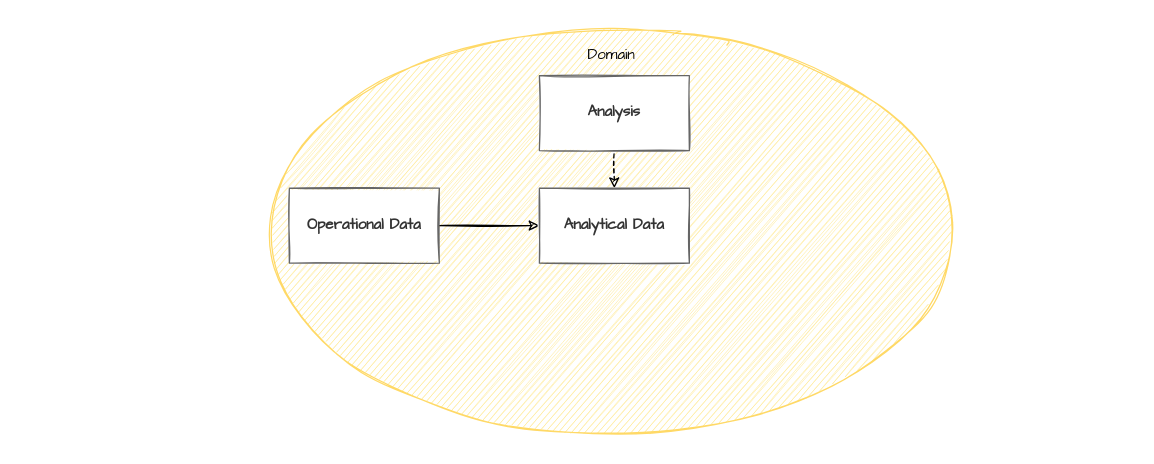
Above: diagrams/domainteamjourney_level2.drawio in datamesh-architecture/datamesh-architecture.com (draw.io), before the change. Source tidied: cells renumbered, new cells numbered last; positions are measured from the earlier drawing's top-left corner, leaving out a move shared by most shapes. Both pictures are drawn from the tidied source at 125%, with x=0, y=0 at pixel (21, 21). Pictures stored in the file or linked from it are replaced by grey dashed boxes.
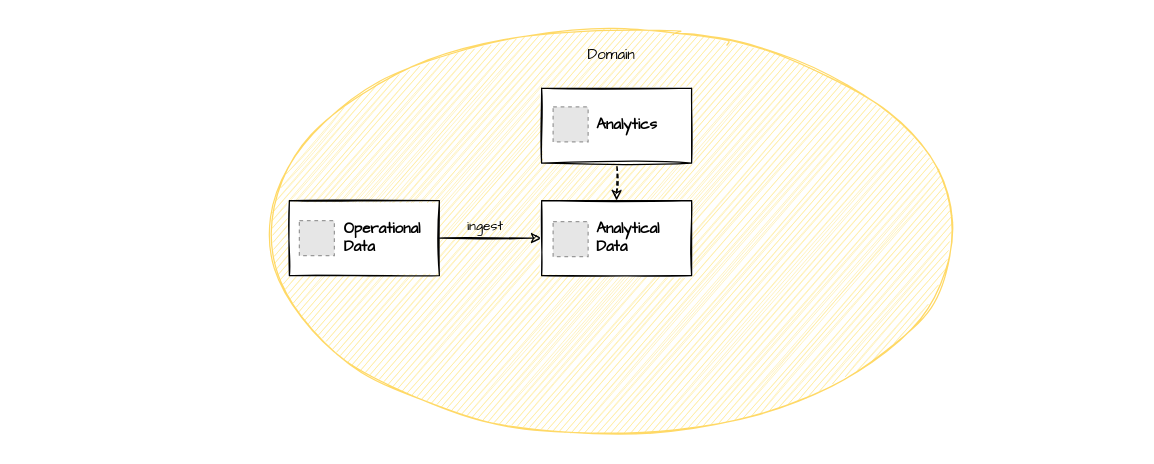
Above is the later version.

Diff of the diagram source:
```diff
@@
 <mxGraphModel>
   <root>
     <mxCell id="0" />
     <mxCell id="1" parent="0" />
     <mxCell id="2" style="rounded=0;whiteSpace=wrap;html=1;fillColor=none;strokeColor=none;sketch=1;fontFamily=Architects Daughter;" parent="1" vertex="1">
       <mxGeometry width="889" height="337" as="geometry" />
     </mxCell>
     <mxCell id="3" value="Domain" style="ellipse;whiteSpace=wrap;html=1;verticalAlign=top;sketch=1;fontFamily=Architects Daughter;strokeColor=#FFD966;fillColor=#FFEB99;" parent="1" vertex="1">
       <mxGeometry x="184" y="13" width="575.5" height="310" as="geometry" />
     </mxCell>
+    <mxCell id="9" style="rounded=0;jettySize=auto;html=1;exitX=0.5;exitY=0;exitDx=0;exitDy=0;startArrow=classic;startFill=1;endArrow=none;endFill=0;dashed=1;sketch=1;fontFamily=Architects Daughter;" parent="1" edge="1" source="8" target="12">
+      <mxGeometry relative="1" as="geometry" />
+    </mxCell>
-    <mxCell id="4" style="edgeStyle=orthogonalEdgeStyle;rounded=0;jettySize=auto;html=1;startArrow=classic;startFill=1;endArrow=none;endFill=0;exitX=0;exitY=0.5;exitDx=0;exitDy=0;sketch=1;fontFamily=Architects Daughter;" parent="1" edge="1" source="8" target="5">
+    <mxCell id="4" style="edgeStyle=orthogonalEdgeStyle;rounded=0;jettySize=auto;html=1;startArrow=classic;startFill=1;endArrow=none;endFill=0;sketch=1;fontFamily=Architects Daughter;" parent="1" edge="1" source="8" target="5">
       <mxGeometry relative="1" as="geometry" />
     </mxCell>
+    <mxCell id="10" value="ingest" style="text;html=1;strokeColor=none;fillColor=none;align=center;verticalAlign=middle;whiteSpace=wrap;rounded=0;sketch=1;fontFamily=Architects Daughter;fontSize=11;" parent="1" vertex="1">
+      <mxGeometry x="341" y="148" width="60" height="30" as="geometry" />
+    </mxCell>
+    <mxCell id="11" style="group;" parent="1" vertex="1">
+      <mxGeometry x="415.8" y="53" width="120" height="60" as="geometry" />
+    </mxCell>
+    <mxCell id="12" value="Analytics" style="rounded=0;whiteSpace=wrap;html=1;fontStyle=1;sketch=1;fontFamily=Architects Daughter;align=left;spacingLeft=42;" parent="11" vertex="1">
+      <mxGeometry width="120" height="60" as="geometry" />
+    </mxCell>
+    <mxCell id="13" style="fillColor=#E6E6E6;strokeColor=#999999;dashed=1;verticalLabelPosition=bottom;labelBackgroundColor=default;verticalAlign=top;" parent="11" vertex="1">
+      <mxGeometry x="9.2" y="15" width="28" height="28" as="geometry" />
+    </mxCell>
+    <mxCell id="14" style="group;" parent="1" vertex="1">
+      <mxGeometry x="415.8" y="143" width="120" height="60" as="geometry" />
+    </mxCell>
+    <mxCell id="8" value="Analytical &lt;br&gt;Data" style="rounded=0;whiteSpace=wrap;html=1;fontStyle=1;sketch=1;fontFamily=Architects Daughter;align=left;spacingLeft=42;" parent="14" vertex="1">
+      <mxGeometry width="120" height="60" as="geometry" />
+    </mxCell>
+    <mxCell id="15" style="fillColor=#E6E6E6;strokeColor=#999999;dashed=1;verticalLabelPosition=bottom;labelBackgroundColor=default;verticalAlign=top;" parent="14" vertex="1">
+      <mxGeometry x="9.2" y="16.8" width="28" height="28" as="geometry" />
+    </mxCell>
+    <mxCell id="16" style="group;" parent="1" vertex="1">
+      <mxGeometry x="214" y="143" width="120" height="60" as="geometry" />
+    </mxCell>
-    <mxCell id="5" value="Operational Data" style="rounded=0;whiteSpace=wrap;html=1;fillColor=#FFFFFF;fontColor=#333333;strokeColor=#666666;fontStyle=1;sketch=1;fontFamily=Architects Daughter;fillStyle=solid;" parent="1" vertex="1">
-      <mxGeometry x="214" y="133" width="120" height="60" as="geometry" />
+    <mxCell id="5" value="Operational &lt;br&gt;Data" style="rounded=0;whiteSpace=wrap;html=1;fontStyle=1;sketch=1;fontFamily=Architects Daughter;align=left;spacingLeft=42;" parent="16" vertex="1">
+      <mxGeometry width="120" height="60" as="geometry" />
     </mxCell>
-    <mxCell id="6" value="Analysis" style="rounded=0;whiteSpace=wrap;html=1;fillColor=#FFFFFF;fontColor=#333333;strokeColor=#666666;fontStyle=1;sketch=1;fontFamily=Architects Daughter;fillStyle=solid;" parent="1" vertex="1">
-      <mxGeometry x="414" y="43" width="120" height="60" as="geometry" />
-    </mxCell>
-    <mxCell id="7" style="rounded=0;jettySize=auto;html=1;exitX=0.5;exitY=0;exitDx=0;exitDy=0;startArrow=classic;startFill=1;endArrow=none;endFill=0;dashed=1;sketch=1;fontFamily=Architects Daughter;" parent="1" edge="1" source="8" target="6">
-      <mxGeometry relative="1" as="geometry" />
-    </mxCell>
-    <mxCell id="8" value="Analytical Data" style="rounded=0;whiteSpace=wrap;html=1;fillColor=#FFFFFF;fontColor=#333333;strokeColor=#666666;fontStyle=1;sketch=1;fontFamily=Architects Daughter;fillStyle=solid;" parent="1" vertex="1">
-      <mxGeometry x="414" y="133" width="120" height="60" as="geometry" />
-    </mxCell>
+    <mxCell id="17" style="fillColor=#E6E6E6;strokeColor=#999999;dashed=1;verticalLabelPosition=bottom;labelBackgroundColor=default;verticalAlign=top;" parent="16" vertex="1">
+      <mxGeometry x="8" y="16" width="28" height="28" as="geometry" />
+    </mxCell>
   </root>
 </mxGraphModel>
```
